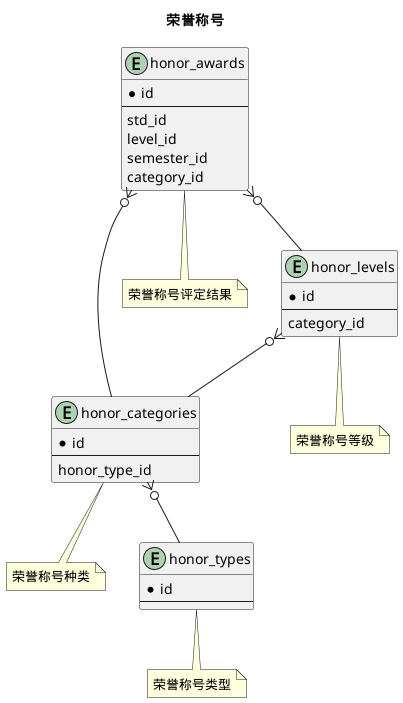
Above: model/std/award/images/honor.png in openurp/openurp.github.io (PlantUML), before the change.
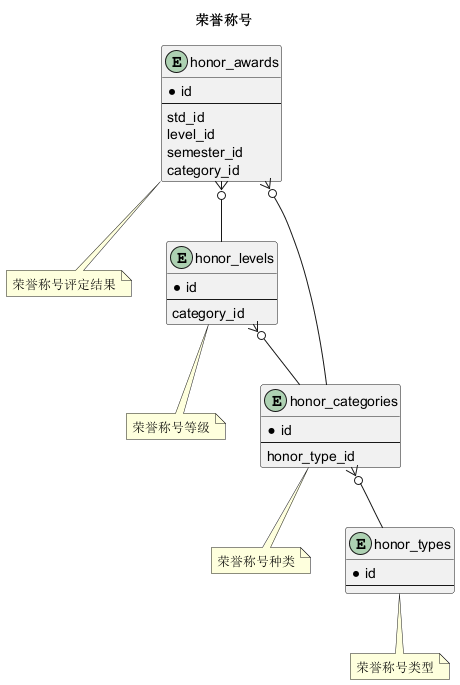
After the commit.

Diff of the diagram source:
```diff
@@ -1,20 +1,5 @@
 @startuml
 title 荣誉称号
-
-entity honor_categories{
- * id
- --
-  honor_type_id
-}
-note "荣誉称号种类" as honor_categories_comments
-honor_categories .. honor_categories_comments
-
-entity honor_types{
- * id
- --
-}
-note "荣誉称号类型" as honor_types_comments
-honor_types .. honor_types_comments
 
 entity honor_awards{
  * id
@@ -35,9 +20,24 @@
 note "荣誉称号等级" as honor_levels_comments
 honor_levels .. honor_levels_comments
 
+entity honor_categories{
+ * id
+ --
+  honor_type_id
+}
+note "荣誉称号种类" as honor_categories_comments
+honor_categories .. honor_categories_comments
 
-   honor_categories }o--  honor_types
+entity honor_types{
+ * id
+ --
+}
+note "荣誉称号类型" as honor_types_comments
+honor_types .. honor_types_comments
+
+
    honor_awards }o--  honor_levels
    honor_awards }o--  honor_categories
    honor_levels }o--  honor_categories
+   honor_categories }o--  honor_types
 @enduml
```
